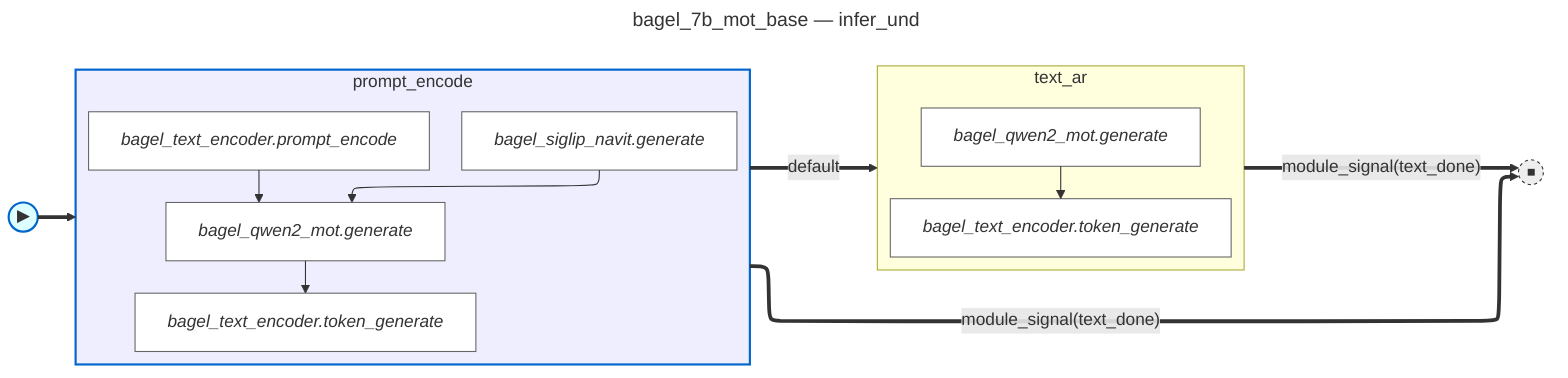
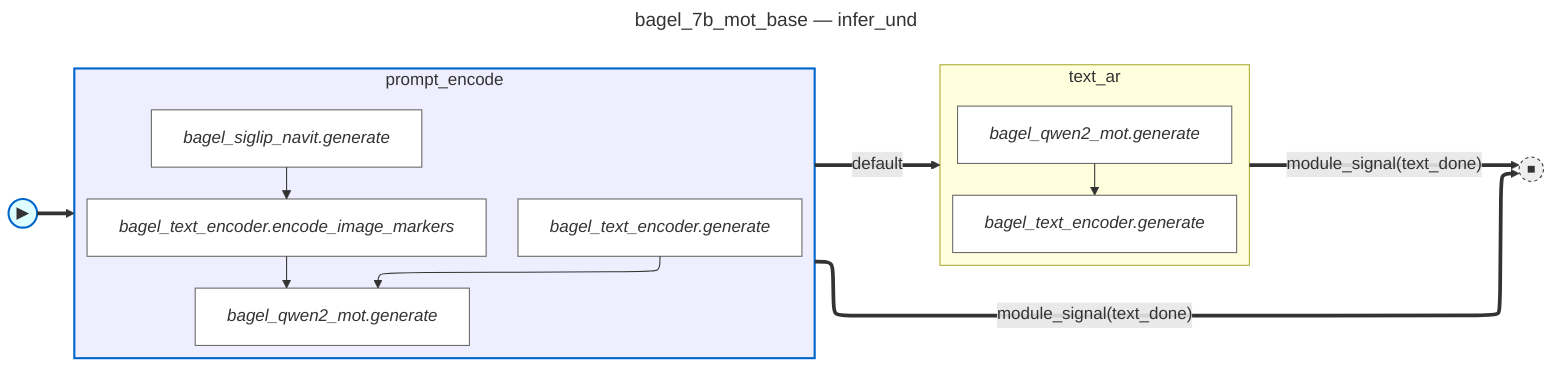
---
title: bagel_7b_mot_base — infer_und
---
%%{init: {'flowchart': {'defaultRenderer': 'elk'}}}%%
flowchart LR
    fsm_start(("▶")):::fsm_start
    fsm_done(("⏹")):::fsm_terminal
    subgraph state_prompt_encode [prompt_encode]
        direction TB
        prompt_encode__bagel_siglip_navit_generate["<i>bagel_siglip_navit.generate</i>"]:::body_node
+         prompt_encode__bagel_text_encoder_encode_image_markers["<i>bagel_text_encoder.encode_image_markers</i>"]:::body_node
+         prompt_encode__bagel_text_encoder_generate["<i>bagel_text_encoder.generate</i>"]:::body_node
        prompt_encode__bagel_qwen2_mot_generate["<i>bagel_qwen2_mot.generate</i>"]:::body_node
-         prompt_encode__bagel_text_encoder_prompt_encode["<i>bagel_text_encoder.prompt_encode</i>"]:::body_node
-         prompt_encode__bagel_text_encoder_token_generate["<i>bagel_text_encoder.token_generate</i>"]:::body_node
-         prompt_encode__bagel_siglip_navit_generate --> prompt_encode__bagel_qwen2_mot_generate
-         prompt_encode__bagel_text_encoder_prompt_encode --> prompt_encode__bagel_qwen2_mot_generate
-         prompt_encode__bagel_qwen2_mot_generate --> prompt_encode__bagel_text_encoder_token_generate
+         prompt_encode__bagel_siglip_navit_generate --> prompt_encode__bagel_text_encoder_encode_image_markers
+         prompt_encode__bagel_text_encoder_generate --> prompt_encode__bagel_qwen2_mot_generate
+         prompt_encode__bagel_text_encoder_encode_image_markers --> prompt_encode__bagel_qwen2_mot_generate
    end
    subgraph state_text_ar [text_ar]
        direction TB
        text_ar__bagel_qwen2_mot_generate["<i>bagel_qwen2_mot.generate</i>"]:::body_node
-         text_ar__bagel_text_encoder_token_generate["<i>bagel_text_encoder.token_generate</i>"]:::body_node
-         text_ar__bagel_qwen2_mot_generate --> text_ar__bagel_text_encoder_token_generate
+         text_ar__bagel_text_encoder_generate["<i>bagel_text_encoder.generate</i>"]:::body_node
+         text_ar__bagel_qwen2_mot_generate --> text_ar__bagel_text_encoder_generate
    end
    fsm_start ==> state_prompt_encode
    state_prompt_encode ==>|"module_signal(text_done)"| fsm_done
    state_prompt_encode ==>|"default"| state_text_ar
    state_text_ar ==>|"module_signal(text_done)"| fsm_done
    classDef body_node fill:#fff,stroke:#666
    classDef fsm_start fill:#dff,stroke:#06c,stroke-width:2px
    classDef fsm_terminal fill:#eee,stroke:#333,stroke-width:1px,stroke-dasharray:3 3
    style state_prompt_encode fill:#eef,stroke:#06c,stroke-width:2px
